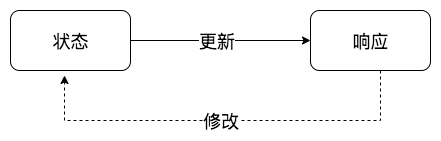
Earlier version of the draw.io export mobx-model-sample.png (whinc/pic-bed). Source tidied: cells renumbered, new cells last; positions are measured from the earlier drawing's top-left corner, leaving out a move shared by most shapes.
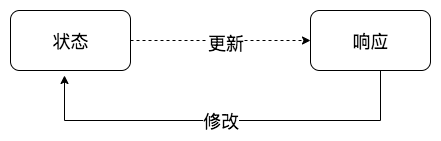
Later version of the same file.

What changed in the source:
```diff
@@ -2,16 +2,16 @@
   <root>
     <mxCell id="0" />
     <mxCell id="1" parent="0" />
-    <mxCell id="2" style="edgeStyle=orthogonalEdgeStyle;rounded=0;jettySize=auto;html=1;exitX=1;exitY=0.5;exitDx=0;exitDy=0;fontFamily=Lucida Console;fontSize=18;" parent="1" edge="1" source="4" target="7">
+    <mxCell id="2" style="edgeStyle=orthogonalEdgeStyle;rounded=0;jettySize=auto;html=1;exitX=1;exitY=0.5;exitDx=0;exitDy=0;fontFamily=Lucida Console;fontSize=18;dashed=1;" parent="1" edge="1" source="4" target="7">
       <mxGeometry relative="1" as="geometry" />
     </mxCell>
-    <mxCell id="3" value="更新" style="text;html=1;align=center;verticalAlign=middle;labelBackgroundColor=#ffffff;fontSize=18;fontFamily=Lucida Console;" parent="2" vertex="1">
-      <mxGeometry x="-0.04" relative="1" as="geometry" />
+    <mxCell id="3" value="更新" style="text;html=1;align=center;verticalAlign=middle;labelBackgroundColor=#ffffff;fontSize=18;fontFamily=Helvetica;" parent="2" vertex="1">
+      <mxGeometry x="0.06" y="-2" relative="1" as="geometry" />
     </mxCell>
     <mxCell id="4" value="状态" style="rounded=1;whiteSpace=wrap;html=1;fontFamily=Lucida Console;fontSize=18;" parent="1" vertex="1">
       <mxGeometry width="120" height="60" as="geometry" />
     </mxCell>
-    <mxCell id="5" style="edgeStyle=orthogonalEdgeStyle;rounded=0;jettySize=auto;html=1;entryX=0.45;entryY=1.083;entryDx=0;entryDy=0;entryPerimeter=0;fontFamily=Lucida Console;fontSize=18;dashed=1;" parent="1" edge="1" source="7" target="4">
+    <mxCell id="5" style="edgeStyle=orthogonalEdgeStyle;rounded=0;jettySize=auto;html=1;entryX=0.45;entryY=1.083;entryDx=0;entryDy=0;entryPerimeter=0;fontFamily=Lucida Console;fontSize=18;" parent="1" edge="1" source="7" target="4">
       <mxGeometry relative="1" as="geometry">
         <Array as="points">
           <mxPoint x="370" y="110" />
```
